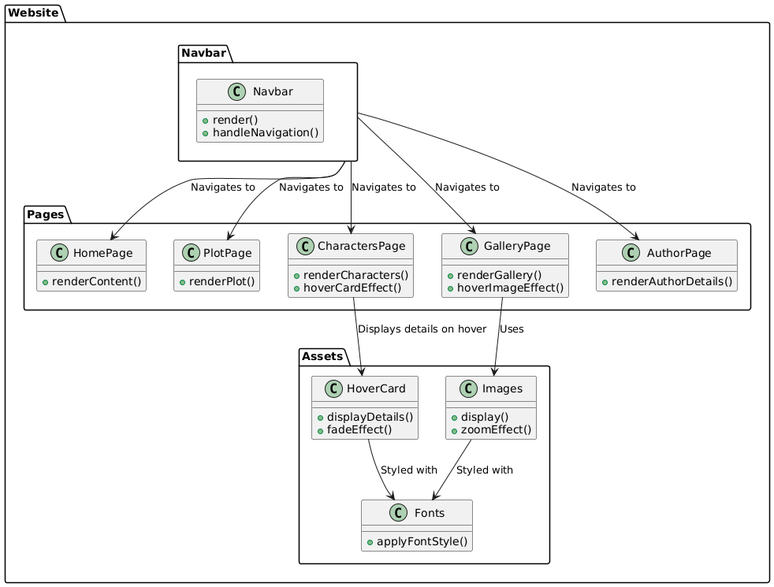
Above: docs/package-diagram.png in IMSET-Sousse/ShadowSlave (PlantUML), before the change.
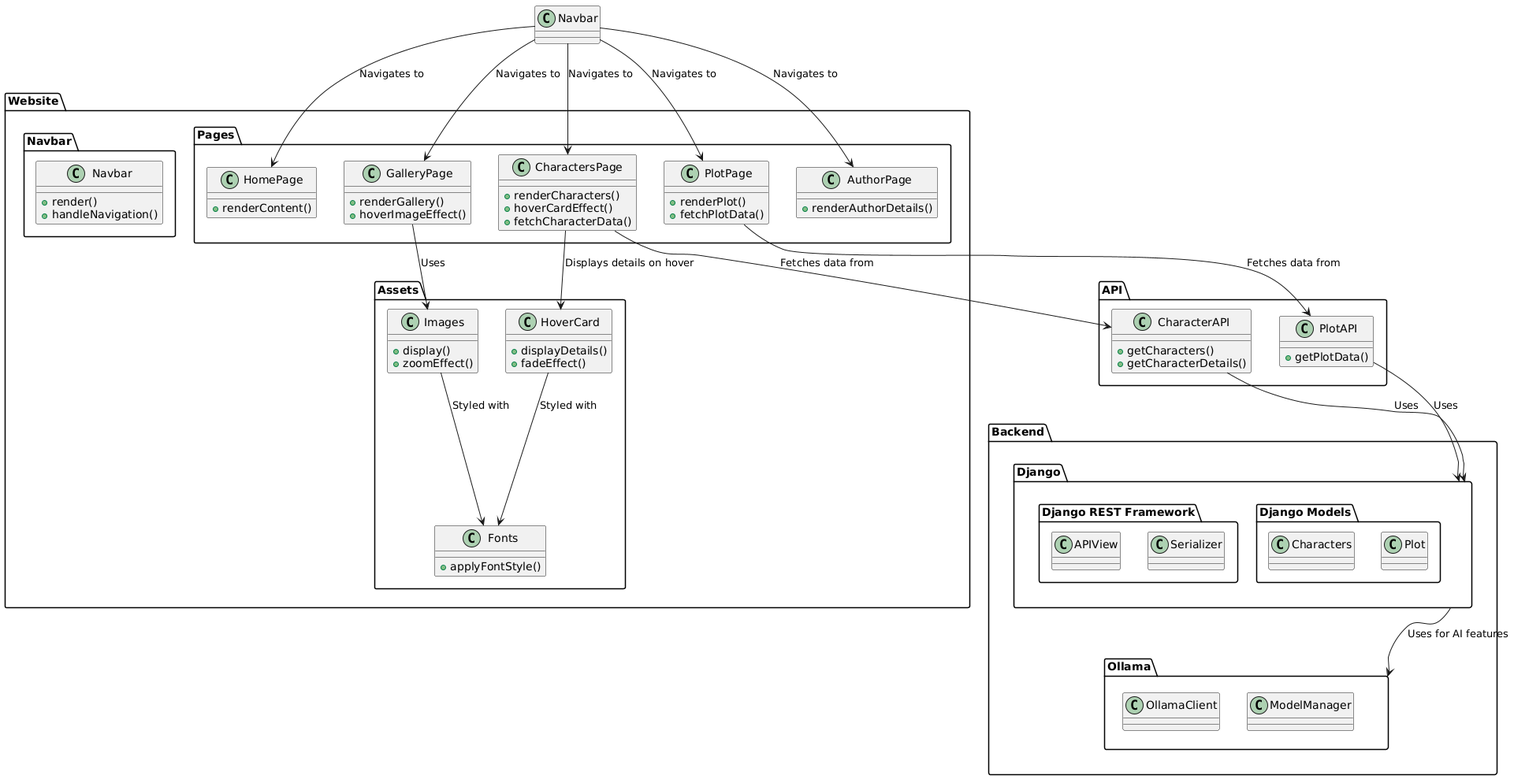
The same file after the commit.

The edit, as a diff of the source:
```diff
@@ -1,4 +1,22 @@
 @startuml
+package "Backend" {
+    package "Django" {
+        package "Django REST Framework" {
+            class APIView
+            class Serializer
+        }
+        package "Django Models" {
+            class Characters
+            class Plot
+        }
+    }
+
+    package "Ollama" {
+        class OllamaClient
+        class ModelManager
+    }
+}
+
 package "Website" {
     package "Navbar" {
         class Navbar {
@@ -13,10 +31,12 @@
         }
         class PlotPage {
             +renderPlot()
+            +fetchPlotData()
         }
         class CharactersPage {
             +renderCharacters()
             +hoverCardEffect()
+            +fetchCharacterData()
         }
         class GalleryPage {
             +renderGallery()
@@ -40,16 +60,33 @@
             +fadeEffect()
         }
     }
+}
 
-    Navbar --> HomePage : "Navigates to"
-    Navbar --> PlotPage : "Navigates to"
-    Navbar --> CharactersPage : "Navigates to"
-    Navbar --> GalleryPage : "Navigates to"
-    Navbar --> AuthorPage : "Navigates to"
+package "API" {
+    class CharacterAPI {
+        +getCharacters()
+        +getCharacterDetails()
+    }
+    class PlotAPI {
+        +getPlotData()
+    }
+}
 
-    GalleryPage --> Images : "Uses"
-    Images --> Fonts : "Styled with"
-    CharactersPage --> HoverCard : "Displays details on hover"
-    HoverCard --> Fonts : "Styled with"
-}
+Navbar --> HomePage : "Navigates to"
+Navbar --> PlotPage : "Navigates to"
+Navbar --> CharactersPage : "Navigates to"
+Navbar --> GalleryPage : "Navigates to"
+Navbar --> AuthorPage : "Navigates to"
+
+GalleryPage --> Images : "Uses"
+Images --> Fonts : "Styled with"
+CharactersPage --> HoverCard : "Displays details on hover"
+HoverCard --> Fonts : "Styled with"
+
+CharactersPage --> CharacterAPI : "Fetches data from"
+PlotPage --> PlotAPI : "Fetches data from"
+
+CharacterAPI --> Django : "Uses"
+PlotAPI --> Django : "Uses"
+Django --> Ollama : "Uses for AI features"
 @enduml
```
